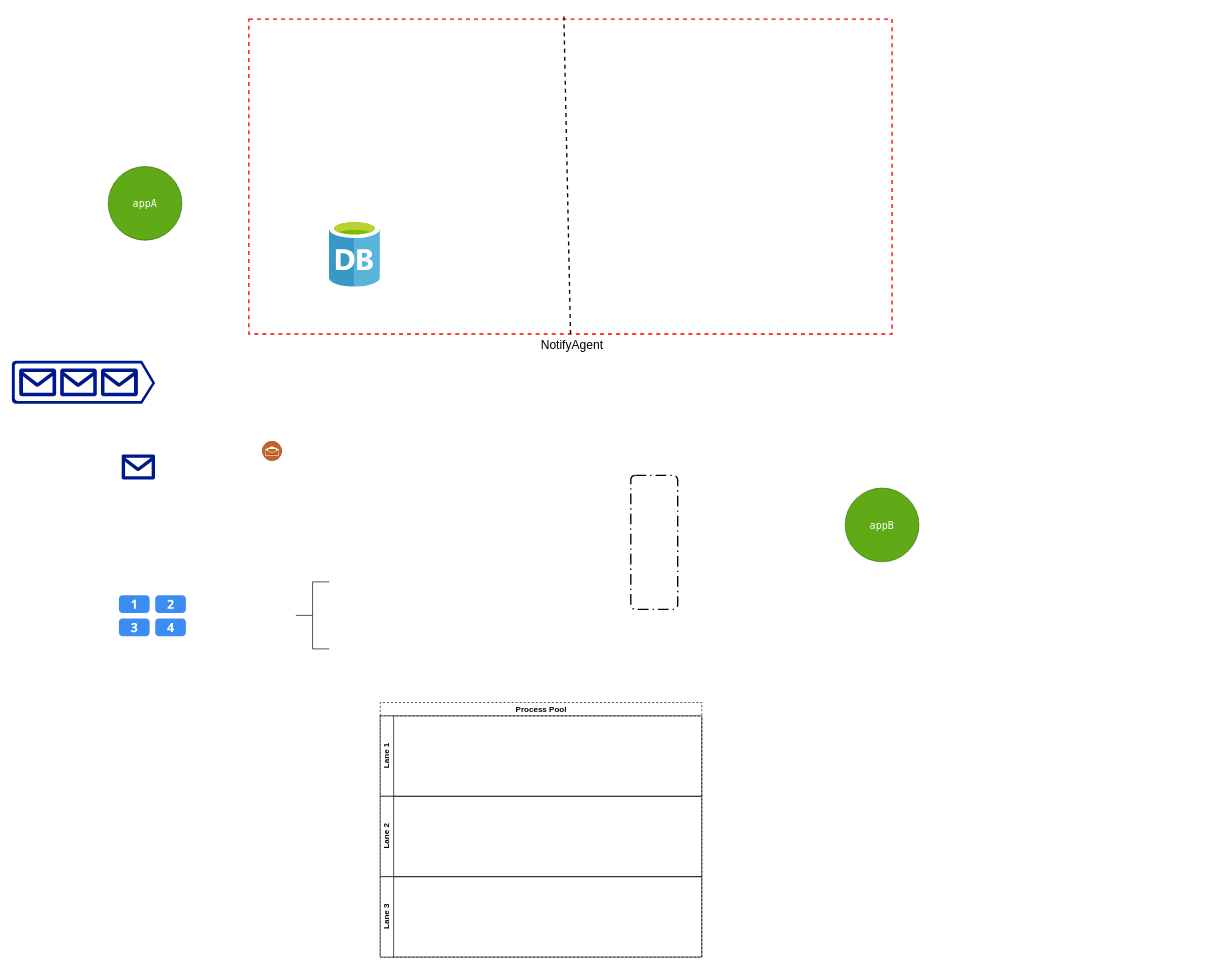
Earlier version of the draw.io diagram NotifyAgent_Architecture_Diagram.drawio (dendi875/draw). Source tidied: cells renumbered, new cells numbered last; positions are measured from the earlier drawing's top-left corner, leaving out a move shared by most shapes. Both pictures are drawn from the tidied source at 67%, with x=0, y=0 at pixel (11, 12).
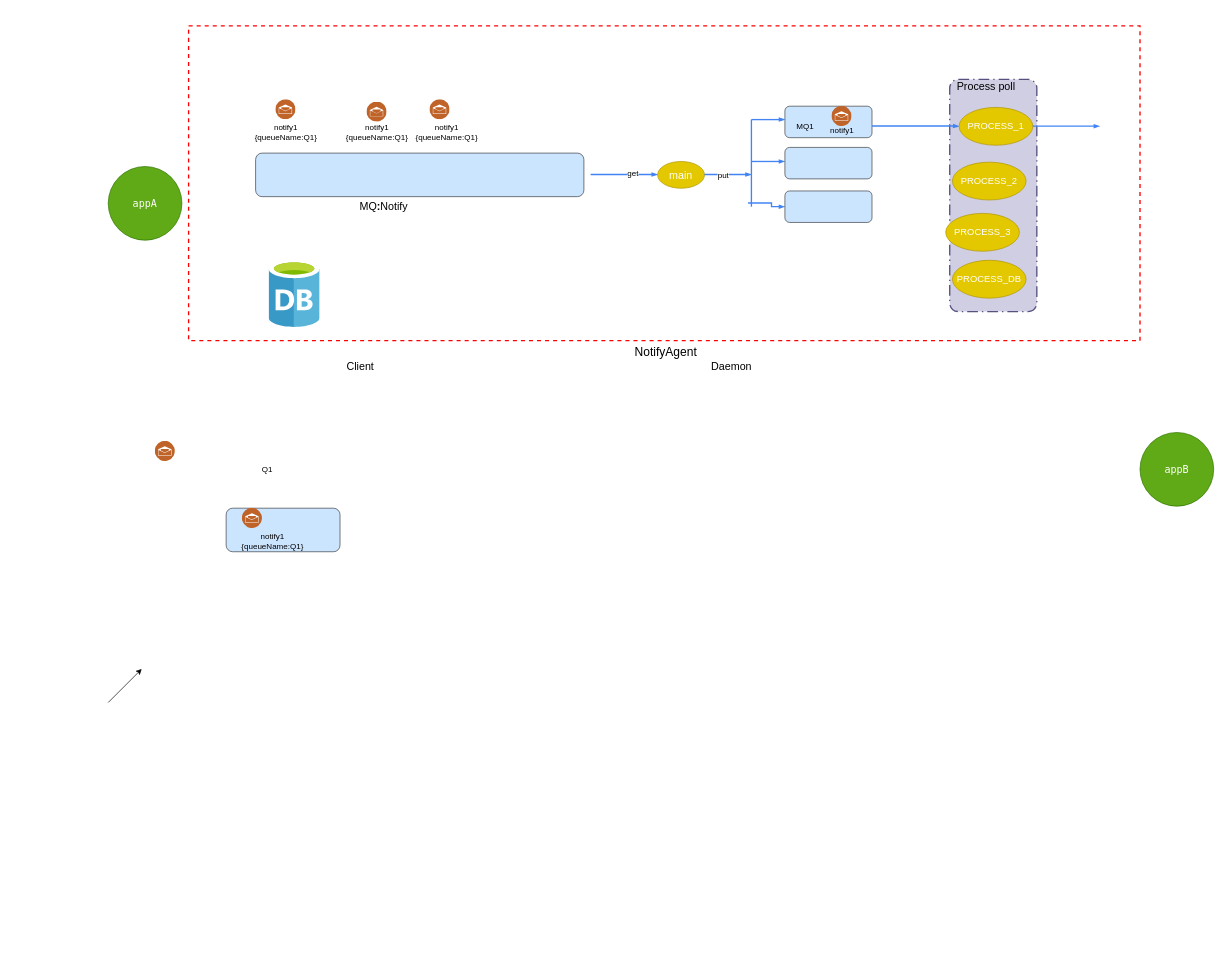
Above is the later version.

The edit, as a diff of the source:
```diff
@@
     <mxCell id="3" value="appB" style="ellipse;whiteSpace=wrap;html=1;fontFamily=Lucida Console;fontSize=15;fillColor=#60a917;strokeColor=#2D7600;fontColor=#ffffff;align=center;" parent="1" vertex="1">
-      <mxGeometry x="1244" y="710" width="110" height="110" as="geometry" />
+      <mxGeometry x="1684" y="627" width="110" height="110" as="geometry" />
     </mxCell>
     <mxCell id="4" style="html=1;align=center;image;fontSize=12;image=img/lib/mscae/Database_General.svg;" parent="1" vertex="1">
-      <mxGeometry x="474" y="310" width="76" height="100" as="geometry" />
+      <mxGeometry x="384" y="370" width="76" height="100" as="geometry" />
     </mxCell>
-    <mxCell id="5" style="html=1;strokeColor=none;shadow=0;align=center;verticalAlign=top;fillColor=#3B8DF1;shape=mxgraph.gcp2.task_queues_2;" parent="1" vertex="1">
-      <mxGeometry x="160" y="870" width="100" height="61" as="geometry" />
-    </mxCell>
     <mxCell id="6" value="&lt;font style=&quot;font-size: 18px&quot;&gt;NotifyAgent&lt;/font&gt;" style="rounded=0;whiteSpace=wrap;html=1;absoluteArcSize=1;arcSize=0;strokeColor=#FD0000;fillColor=none;verticalAlign=top;align=center;spacingLeft=5;dashed=1;labelPosition=center;verticalLabelPosition=bottom;strokeWidth=2;" parent="1" vertex="1">
-      <mxGeometry x="354" y="10" width="960" height="470" as="geometry" />
+      <mxGeometry x="264" y="20" width="1420" height="470" as="geometry" />
     </mxCell>
-    <mxCell id="7" style="rounded=1;arcSize=10;dashed=1;strokeColor=#000000;fillColor=none;gradientColor=none;dashPattern=8 3 1 3;strokeWidth=2;" parent="1" vertex="1">
-      <mxGeometry x="924" y="691" width="70" height="200" as="geometry" />
+    <mxCell id="7" style="rounded=1;arcSize=10;dashed=1;strokeColor=#56517e;fillColor=#d0cee2;dashPattern=8 3 1 3;strokeWidth=2;align=left;" parent="1" vertex="1">
+      <mxGeometry x="1400" y="100" width="130" height="346.5" as="geometry" />
     </mxCell>
-    <mxCell id="8" style="html=1;shape=mxgraph.flowchart.annotation_2;align=left;labelPosition=right;" parent="1" vertex="1">
-      <mxGeometry x="424" y="850" width="50" height="100" as="geometry" />
-    </mxCell>
-    <mxCell id="9" style="endArrow=none;dashed=1;html=1;strokeWidth=2;exitX=0.5;exitY=1;exitDx=0;exitDy=0;" parent="1" edge="1" source="6">
-      <mxGeometry relative="1" as="geometry">
-        <mxPoint x="824" as="targetPoint" />
-      </mxGeometry>
-    </mxCell>
-    <mxCell id="10" style="shadow=0;dashed=0;html=1;strokeColor=none;labelPosition=center;verticalLabelPosition=bottom;verticalAlign=top;align=center;fillColor=#00188D;shape=mxgraph.azure.queue_generic;" parent="1" vertex="1">
-      <mxGeometry y="520" width="214" height="64.2" as="geometry" />
-    </mxCell>
-    <mxCell id="11" style="shadow=0;dashed=0;html=1;strokeColor=none;labelPosition=center;verticalLabelPosition=bottom;verticalAlign=top;align=center;fillColor=#00188D;shape=mxgraph.azure.message2;" parent="1" vertex="1">
-      <mxGeometry x="164" y="660" width="50" height="37" as="geometry" />
-    </mxCell>
     <mxCell id="12" style="perimeter=ellipsePerimeter;html=1;align=center;shadow=0;dashed=0;fontColor=#4277BB;labelBackgroundColor=#ffffff;fontSize=12;spacingTop=3;image;image=img/lib/ibm/social/messaging.svg;" parent="1" vertex="1">
-      <mxGeometry x="374" y="640" width="30" height="30" as="geometry" />
+      <mxGeometry x="214" y="640" width="30" height="30" as="geometry" />
     </mxCell>
-    <mxCell id="13" value="Process Pool" style="swimlane;html=1;horizontal=1;startSize=20;dashed=1;" parent="1" vertex="1">
-      <mxGeometry x="550" y="1030" width="480" height="380" as="geometry" />
-    </mxCell>
-    <mxCell id="14" value="Lane 1" style="swimlane;html=1;startSize=20;horizontal=0;" parent="13" vertex="1">
-      <mxGeometry y="20" width="480" height="120" as="geometry" />
-    </mxCell>
-    <mxCell id="15" value="Lane 2" style="swimlane;html=1;startSize=20;horizontal=0;" parent="13" vertex="1">
-      <mxGeometry y="140" width="480" height="120" as="geometry" />
-    </mxCell>
-    <mxCell id="16" value="Lane 3" style="swimlane;html=1;startSize=20;horizontal=0;" parent="13" vertex="1">
-      <mxGeometry y="260" width="480" height="120" as="geometry" />
-    </mxCell>
+    <mxCell id="17" style="rounded=1;whiteSpace=wrap;html=1;fillColor=#cce5ff;strokeColor=#36393d;" parent="1" vertex="1">
+      <mxGeometry x="364" y="210" width="490" height="65" as="geometry" />
+    </mxCell>
+    <mxCell id="18" style="perimeter=ellipsePerimeter;html=1;align=center;shadow=0;dashed=0;fontColor=#4277BB;labelBackgroundColor=#ffffff;fontSize=12;spacingTop=3;image;image=img/lib/ibm/social/messaging.svg;" parent="1" vertex="1">
+      <mxGeometry x="394" y="130" width="30" height="30" as="geometry" />
+    </mxCell>
+    <mxCell id="19" value="MQ&lt;b&gt;:&lt;/b&gt;Notify" style="text;html=1;align=center;verticalAlign=middle;fontSize=16;" parent="1" vertex="1">
+      <mxGeometry x="510" y="280" width="90" height="20" as="geometry" />
+    </mxCell>
+    <mxCell id="20" value="Process poll" style="text;html=1;align=center;verticalAlign=middle;fontSize=16;" parent="1" vertex="1">
+      <mxGeometry x="1404" y="100" width="100" height="20" as="geometry" />
+    </mxCell>
+    <mxCell id="21" value="Daemon&lt;br&gt;" style="text;html=1;align=center;verticalAlign=middle;fontSize=16;" parent="1" vertex="1">
+      <mxGeometry x="1034" y="518" width="80" height="20" as="geometry" />
+    </mxCell>
+    <mxCell id="22" value="Client&lt;br&gt;" style="text;html=1;align=center;verticalAlign=middle;fontSize=16;" parent="1" vertex="1">
+      <mxGeometry x="490" y="518" width="60" height="20" as="geometry" />
+    </mxCell>
+    <mxCell id="23" value="main" style="ellipse;whiteSpace=wrap;html=1;fontSize=16;fillColor=#e3c800;strokeColor=#B09500;fontColor=#ffffff;" parent="1" vertex="1">
+      <mxGeometry x="964" y="222.5" width="70" height="40" as="geometry" />
+    </mxCell>
+    <mxCell id="24" value="notify1&lt;br style=&quot;font-size: 12px;&quot;&gt;{queueName:Q1}" style="text;html=1;align=center;verticalAlign=middle;fontSize=12;" parent="1" vertex="1">
+      <mxGeometry x="354" y="163.5" width="110" height="30" as="geometry" />
+    </mxCell>
+    <mxCell id="25" style="perimeter=ellipsePerimeter;html=1;align=center;shadow=0;dashed=0;fontColor=#4277BB;labelBackgroundColor=#ffffff;fontSize=12;spacingTop=3;image;image=img/lib/ibm/social/messaging.svg;" parent="1" vertex="1">
+      <mxGeometry x="624" y="130" width="30" height="30" as="geometry" />
+    </mxCell>
+    <mxCell id="26" value="notify1&lt;br style=&quot;font-size: 12px;&quot;&gt;{queueName:Q1}" style="text;html=1;align=center;verticalAlign=middle;fontSize=12;" parent="1" vertex="1">
+      <mxGeometry x="594" y="163.5" width="110" height="30" as="geometry" />
+    </mxCell>
+    <mxCell id="27" style="perimeter=ellipsePerimeter;html=1;align=center;shadow=0;dashed=0;fontColor=#4277BB;labelBackgroundColor=#ffffff;fontSize=12;spacingTop=3;image;image=img/lib/ibm/social/messaging.svg;" parent="1" vertex="1">
+      <mxGeometry x="530" y="133.5" width="30" height="30" as="geometry" />
+    </mxCell>
+    <mxCell id="28" value="notify1&lt;br style=&quot;font-size: 12px;&quot;&gt;{queueName:Q1}" style="text;html=1;align=center;verticalAlign=middle;fontSize=12;" parent="1" vertex="1">
+      <mxGeometry x="490" y="163.5" width="110" height="30" as="geometry" />
+    </mxCell>
+    <mxCell id="29" style="rounded=1;whiteSpace=wrap;html=1;fillColor=#cce5ff;strokeColor=#36393d;" parent="1" vertex="1">
+      <mxGeometry x="1154" y="140" width="130" height="47" as="geometry" />
+    </mxCell>
+    <mxCell id="30" style="perimeter=ellipsePerimeter;html=1;align=center;shadow=0;dashed=0;fontColor=#4277BB;labelBackgroundColor=#ffffff;fontSize=12;spacingTop=3;image;image=img/lib/ibm/social/messaging.svg;" parent="1" vertex="1">
+      <mxGeometry x="1224" y="140" width="30" height="30" as="geometry" />
+    </mxCell>
+    <mxCell id="31" value="notify1&lt;br style=&quot;font-size: 12px&quot;&gt;" style="text;html=1;align=center;verticalAlign=middle;fontSize=12;" parent="1" vertex="1">
+      <mxGeometry x="1214" y="167" width="50" height="20" as="geometry" />
+    </mxCell>
+    <mxCell id="32" style="rounded=1;whiteSpace=wrap;html=1;fillColor=#cce5ff;strokeColor=#36393d;" parent="1" vertex="1">
+      <mxGeometry x="320" y="740" width="170" height="65" as="geometry" />
+    </mxCell>
+    <mxCell id="33" style="perimeter=ellipsePerimeter;html=1;align=center;shadow=0;dashed=0;fontColor=#4277BB;labelBackgroundColor=#ffffff;fontSize=12;spacingTop=3;image;image=img/lib/ibm/social/messaging.svg;" parent="1" vertex="1">
+      <mxGeometry x="344" y="740" width="30" height="30" as="geometry" />
+    </mxCell>
+    <mxCell id="34" value="notify1&lt;br style=&quot;font-size: 12px;&quot;&gt;{queueName:Q1}" style="text;html=1;align=center;verticalAlign=middle;fontSize=12;" parent="1" vertex="1">
+      <mxGeometry x="334" y="775" width="110" height="30" as="geometry" />
+    </mxCell>
+    <mxCell id="35" value="Q1" style="text;html=1;align=center;verticalAlign=middle;fontSize=12;" parent="1" vertex="1">
+      <mxGeometry x="366" y="672" width="30" height="20" as="geometry" />
+    </mxCell>
+    <mxCell id="36" style="edgeStyle=orthogonalEdgeStyle;fontSize=12;html=1;endArrow=blockThin;endFill=1;rounded=0;strokeWidth=2;endSize=4;startSize=4;dashed=0;strokeColor=#4284F3;" parent="1" edge="1">
+      <mxGeometry relative="1" as="geometry">
+        <mxPoint x="864" y="242" as="sourcePoint" />
+        <mxPoint x="964" y="242" as="targetPoint" />
+        <Array as="points">
+          <mxPoint x="894" y="242" />
+          <mxPoint x="894" y="242" />
+        </Array>
+      </mxGeometry>
+    </mxCell>
+    <mxCell id="37" value="get" style="text;html=1;align=center;verticalAlign=middle;labelBackgroundColor=#ffffff;fontSize=12;" parent="36" vertex="1">
+      <mxGeometry x="-0.24" y="3" relative="1" as="geometry">
+        <mxPoint x="24" as="offset" />
+      </mxGeometry>
+    </mxCell>
+    <mxCell id="38" style="edgeStyle=orthogonalEdgeStyle;fontSize=12;html=1;endArrow=blockThin;endFill=1;rounded=0;strokeWidth=2;endSize=4;startSize=4;dashed=0;strokeColor=#4284F3;" parent="1" edge="1">
+      <mxGeometry relative="1" as="geometry">
+        <mxPoint x="1034" y="242" as="sourcePoint" />
+        <mxPoint x="1104" y="242" as="targetPoint" />
+      </mxGeometry>
+    </mxCell>
+    <mxCell id="39" value="put" style="text;html=1;align=center;verticalAlign=middle;labelBackgroundColor=#ffffff;fontSize=12;" parent="38" vertex="1">
+      <mxGeometry x="-0.22" relative="1" as="geometry" />
+    </mxCell>
+    <mxCell id="40" style="line;strokeWidth=2;direction=south;html=1;fontSize=12;align=left;fillColor=#dae8fc;strokeColor=#4284F3;" parent="1" vertex="1">
+      <mxGeometry x="1099" y="160" width="10" height="130" as="geometry" />
+    </mxCell>
+    <mxCell id="41" style="edgeStyle=orthogonalEdgeStyle;fontSize=12;html=1;endArrow=blockThin;endFill=1;rounded=0;strokeWidth=2;endSize=4;startSize=4;dashed=0;strokeColor=#4284F3;" parent="1" edge="1">
+      <mxGeometry relative="1" as="geometry">
+        <mxPoint x="1104" y="160" as="sourcePoint" />
+        <mxPoint x="1154" y="160" as="targetPoint" />
+      </mxGeometry>
+    </mxCell>
+    <mxCell id="42" style="endArrow=classic;html=1;fontSize=12;" parent="1" edge="1">
+      <mxGeometry relative="1" as="geometry">
+        <mxPoint x="144" y="1030" as="sourcePoint" />
+        <mxPoint x="194" y="980" as="targetPoint" />
+      </mxGeometry>
+    </mxCell>
+    <mxCell id="43" style="edgeStyle=orthogonalEdgeStyle;fontSize=12;html=1;endArrow=blockThin;endFill=1;rounded=0;strokeWidth=2;endSize=4;startSize=4;dashed=0;strokeColor=#4284F3;" parent="1" edge="1">
+      <mxGeometry relative="1" as="geometry">
+        <mxPoint x="1104" y="222.5" as="sourcePoint" />
+        <mxPoint x="1154" y="222.5" as="targetPoint" />
+      </mxGeometry>
+    </mxCell>
+    <mxCell id="44" style="edgeStyle=orthogonalEdgeStyle;fontSize=12;html=1;endArrow=blockThin;endFill=1;rounded=0;strokeWidth=2;endSize=4;startSize=4;dashed=0;strokeColor=#4284F3;entryX=0;entryY=0.5;entryDx=0;entryDy=0;" parent="1" edge="1" target="46">
+      <mxGeometry relative="1" as="geometry">
+        <mxPoint x="1099" y="284.5" as="sourcePoint" />
+        <Array as="points">
+          <mxPoint x="1134" y="285" />
+          <mxPoint x="1134" y="290" />
+        </Array>
+      </mxGeometry>
+    </mxCell>
+    <mxCell id="45" value="MQ1" style="text;html=1;align=center;verticalAlign=middle;fontSize=12;" parent="1" vertex="1">
+      <mxGeometry x="1164" y="160" width="40" height="20" as="geometry" />
+    </mxCell>
+    <mxCell id="46" style="rounded=1;whiteSpace=wrap;html=1;fillColor=#cce5ff;strokeColor=#36393d;" parent="1" vertex="1">
+      <mxGeometry x="1154" y="266.5" width="130" height="47" as="geometry" />
+    </mxCell>
+    <mxCell id="47" style="edgeStyle=orthogonalEdgeStyle;fontSize=12;html=1;endArrow=blockThin;endFill=1;rounded=0;strokeWidth=2;endSize=4;startSize=4;dashed=0;strokeColor=#4284F3;entryX=0;entryY=0.5;entryDx=0;entryDy=0;" parent="1" edge="1" target="52">
+      <mxGeometry relative="1" as="geometry">
+        <mxPoint x="1284" y="169.5" as="sourcePoint" />
+        <Array as="points">
+          <mxPoint x="1404" y="170" />
+        </Array>
+      </mxGeometry>
+    </mxCell>
+    <mxCell id="48" style="rounded=1;whiteSpace=wrap;html=1;fillColor=#cce5ff;strokeColor=#36393d;" parent="1" vertex="1">
+      <mxGeometry x="1154" y="201.5" width="130" height="47" as="geometry" />
+    </mxCell>
+    <mxCell id="49" value="PROCESS_DB" style="ellipse;whiteSpace=wrap;html=1;fontSize=14;fillColor=#e3c800;strokeColor=#B09500;fontColor=#ffffff;" parent="1" vertex="1">
+      <mxGeometry x="1404" y="370" width="110" height="56.5" as="geometry" />
+    </mxCell>
+    <mxCell id="50" value="PROCESS_3" style="ellipse;whiteSpace=wrap;html=1;fontSize=14;fillColor=#e3c800;strokeColor=#B09500;fontColor=#ffffff;" parent="1" vertex="1">
+      <mxGeometry x="1394" y="300" width="110" height="56.5" as="geometry" />
+    </mxCell>
+    <mxCell id="51" value="PROCESS_2" style="ellipse;whiteSpace=wrap;html=1;fontSize=14;fillColor=#e3c800;strokeColor=#B09500;fontColor=#ffffff;" parent="1" vertex="1">
+      <mxGeometry x="1404" y="223.5" width="110" height="56.5" as="geometry" />
+    </mxCell>
+    <mxCell id="52" value="PROCESS_1" style="ellipse;whiteSpace=wrap;html=1;fontSize=14;fillColor=#e3c800;strokeColor=#B09500;fontColor=#ffffff;" parent="1" vertex="1">
+      <mxGeometry x="1414" y="141.8" width="110" height="56.5" as="geometry" />
+    </mxCell>
+    <mxCell id="53" style="edgeStyle=orthogonalEdgeStyle;fontSize=12;html=1;endArrow=blockThin;endFill=1;rounded=0;strokeWidth=2;endSize=4;startSize=4;dashed=0;strokeColor=#4284F3;" parent="1" edge="1">
+      <mxGeometry relative="1" as="geometry">
+        <mxPoint x="1524" y="169.8" as="sourcePoint" />
+        <mxPoint x="1624" y="169.8" as="targetPoint" />
+        <Array as="points">
+          <mxPoint x="1594" y="169.8" />
+          <mxPoint x="1594" y="169.8" />
+        </Array>
+      </mxGeometry>
+    </mxCell>
```
